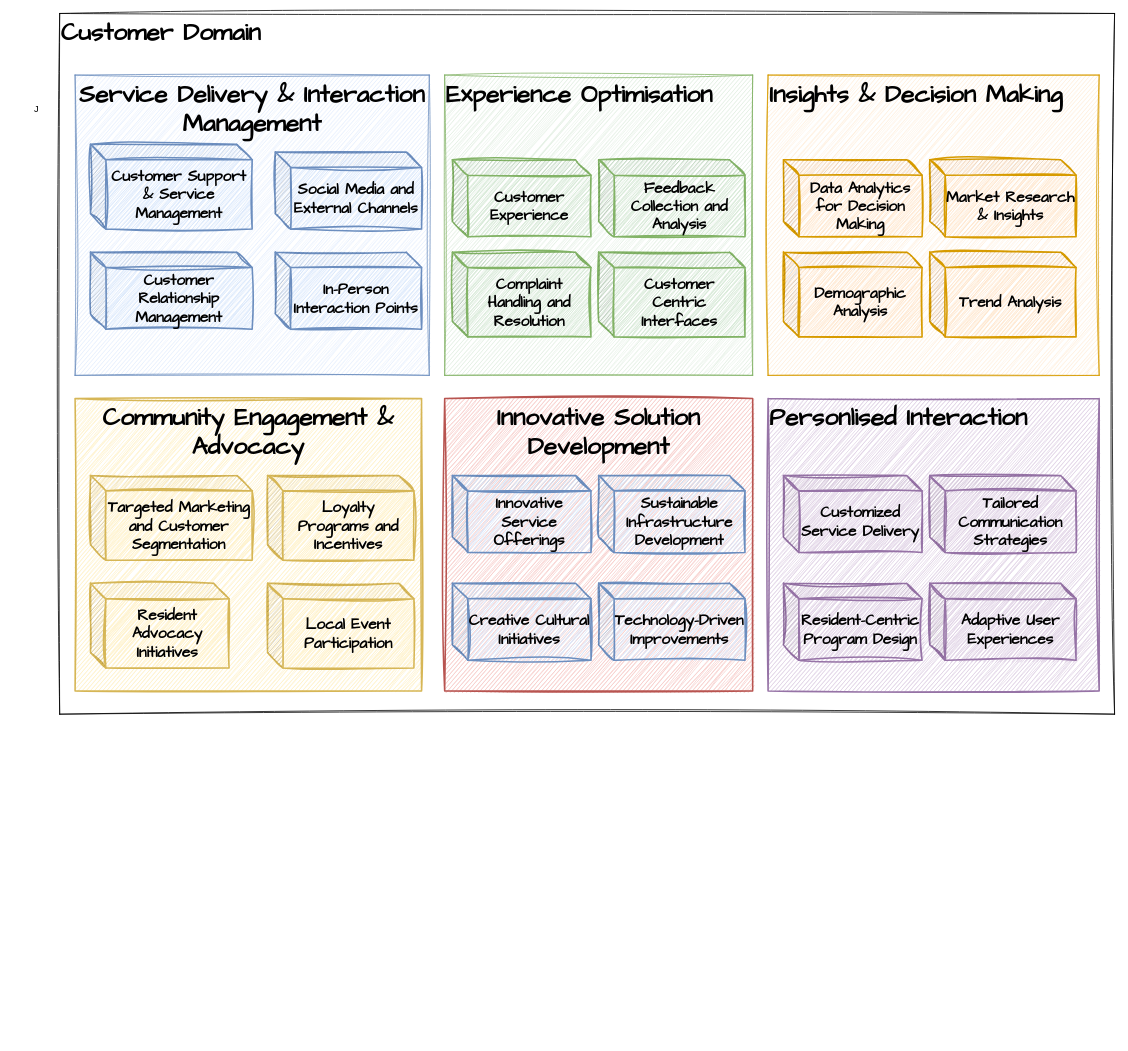
Earlier version of the draw.io diagram page "Page-10" (10 of 15) of Untitled Diagram.drawio (onlinepractice/digitalbanking). Source tidied: cells renumbered, new cells numbered last; positions are measured from the earlier drawing's top-left corner, leaving out a move shared by most shapes. Both pictures are drawn from the tidied source at 77%, with x=0, y=0 at pixel (13, 13).
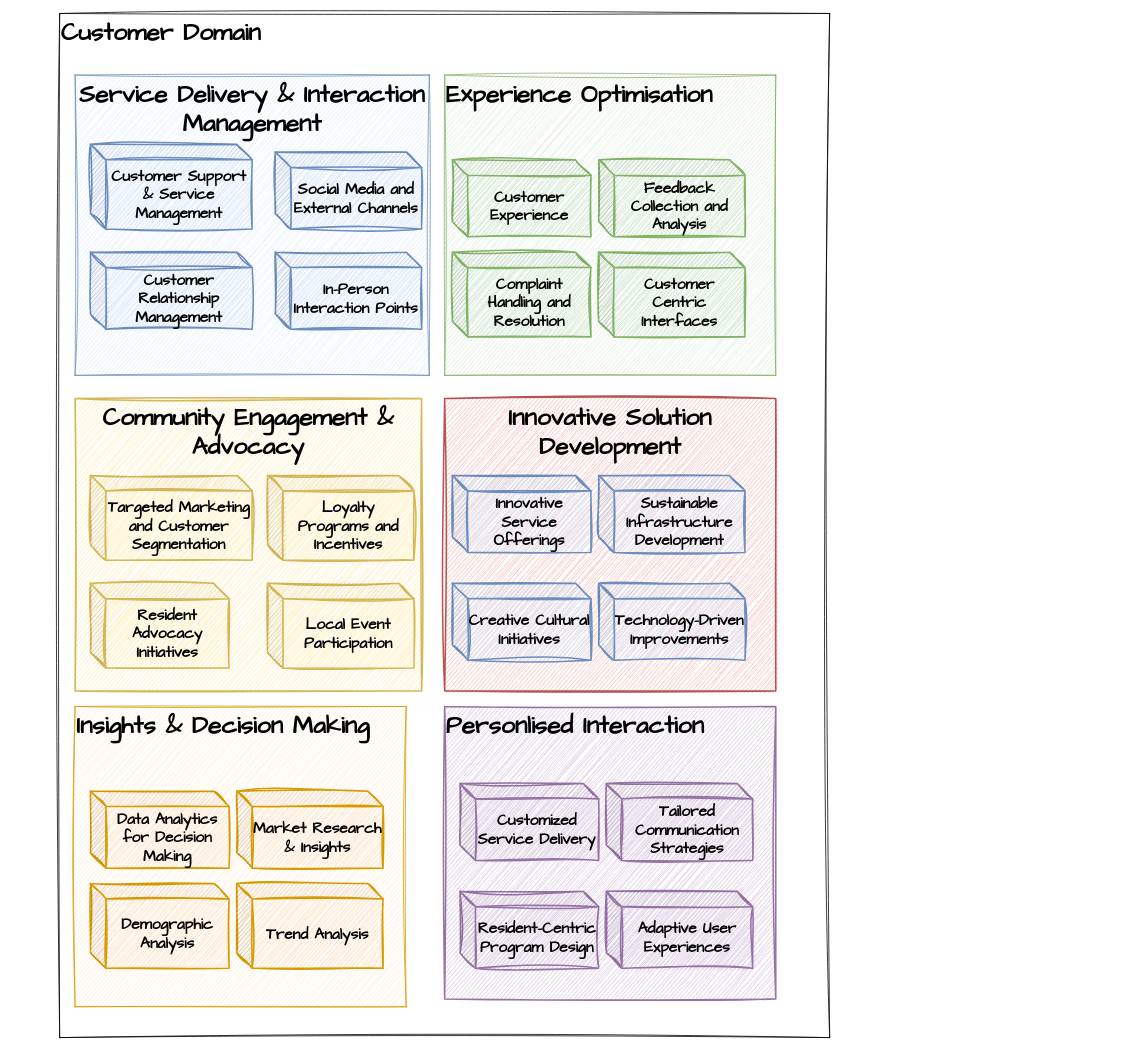
The same diagram, later.

Diff of the diagram source:
```diff
@@
     <mxCell id="2" value="Customer Domain" style="rounded=0;whiteSpace=wrap;html=1;sketch=1;hachureGap=4;jiggle=2;curveFitting=1;fontFamily=Architects Daughter;fontSize=32;align=left;verticalAlign=top;fontStyle=1;" parent="1" vertex="1">
-      <mxGeometry x="60" width="1370" height="910" as="geometry" />
+      <mxGeometry x="60" width="1000" height="1330" as="geometry" />
     </mxCell>
@@
     <mxCell id="4" value="Experience Optimisation" style="rounded=0;whiteSpace=wrap;html=1;sketch=1;hachureGap=4;jiggle=2;curveFitting=1;fontFamily=Architects Daughter;fontSize=32;align=left;verticalAlign=top;fontStyle=1;fillColor=#d5e8d4;strokeColor=#82b366;" parent="1" vertex="1">
-      <mxGeometry x="560" y="80" width="400" height="390" as="geometry" />
+      <mxGeometry x="560" y="80" width="430" height="390" as="geometry" />
     </mxCell>
     <mxCell id="5" value="Insights &amp;amp; Decision Making" style="rounded=0;whiteSpace=wrap;html=1;sketch=1;hachureGap=4;jiggle=2;curveFitting=1;fontFamily=Architects Daughter;fontSize=32;align=left;verticalAlign=top;fontStyle=1;fillColor=#ffe6cc;strokeColor=#d79b00;" parent="1" vertex="1">
-      <mxGeometry x="980" y="80" width="430" height="390" as="geometry" />
+      <mxGeometry x="80" y="900" width="430" height="390" as="geometry" />
     </mxCell>
@@
     <mxCell id="7" value="Innovative Solution Development" style="rounded=0;whiteSpace=wrap;html=1;sketch=1;hachureGap=4;jiggle=2;curveFitting=1;fontFamily=Architects Daughter;fontSize=32;align=center;verticalAlign=top;fontStyle=1;fillColor=#f8cecc;strokeColor=#b85450;strokeWidth=2;" parent="1" vertex="1">
-      <mxGeometry x="560" y="500" width="400" height="380" as="geometry" />
+      <mxGeometry x="560" y="500" width="430" height="380" as="geometry" />
     </mxCell>
     <mxCell id="8" value="Personlised Interaction" style="rounded=0;whiteSpace=wrap;html=1;sketch=1;hachureGap=4;jiggle=2;curveFitting=1;fontFamily=Architects Daughter;fontSize=32;align=left;verticalAlign=top;fontStyle=1;fillColor=#e1d5e7;strokeColor=#9673a6;strokeWidth=2;" parent="1" vertex="1">
-      <mxGeometry x="980" y="500" width="430" height="380" as="geometry" />
+      <mxGeometry x="560" y="900" width="430" height="380" as="geometry" />
     </mxCell>
@@
     <mxCell id="17" value="Data Analytics for Decision Making" style="shape=cube;whiteSpace=wrap;html=1;boundedLbl=1;backgroundOutline=1;darkOpacity=0.05;darkOpacity2=0.1;fontSize=20;fontFamily=Architects Daughter;fillColor=#ffe6cc;strokeColor=#d79b00;rounded=0;sketch=1;hachureGap=4;jiggle=2;curveFitting=1;fontStyle=1;strokeWidth=2;shadow=0;perimeterSpacing=0;size=20;" parent="1" vertex="1">
-      <mxGeometry x="1000" y="190" width="180" height="100" as="geometry" />
+      <mxGeometry x="100" y="1010" width="180" height="100" as="geometry" />
     </mxCell>
     <mxCell id="18" value="Market Research &amp;amp; Insights" style="shape=cube;whiteSpace=wrap;html=1;boundedLbl=1;backgroundOutline=1;darkOpacity=0.05;darkOpacity2=0.1;fontSize=20;fontFamily=Architects Daughter;fillColor=#ffe6cc;strokeColor=#d79b00;rounded=0;sketch=1;hachureGap=4;jiggle=2;curveFitting=1;fontStyle=1;strokeWidth=2;shadow=0;perimeterSpacing=0;size=20;" parent="1" vertex="1">
-      <mxGeometry x="1190" y="190" width="190" height="100" as="geometry" />
+      <mxGeometry x="290" y="1010" width="190" height="100" as="geometry" />
     </mxCell>
     <mxCell id="19" value="Demographic Analysis" style="shape=cube;whiteSpace=wrap;html=1;boundedLbl=1;backgroundOutline=1;darkOpacity=0.05;darkOpacity2=0.1;fontSize=20;fontFamily=Architects Daughter;fillColor=#ffe6cc;strokeColor=#d79b00;rounded=0;sketch=1;hachureGap=4;jiggle=2;curveFitting=1;fontStyle=1;strokeWidth=2;shadow=0;perimeterSpacing=0;size=20;" parent="1" vertex="1">
-      <mxGeometry x="1000" y="310" width="180" height="110" as="geometry" />
+      <mxGeometry x="100" y="1130" width="180" height="110" as="geometry" />
     </mxCell>
     <mxCell id="20" value="Trend Analysis" style="shape=cube;whiteSpace=wrap;html=1;boundedLbl=1;backgroundOutline=1;darkOpacity=0.05;darkOpacity2=0.1;fontSize=20;fontFamily=Architects Daughter;fillColor=#ffe6cc;strokeColor=#d79b00;rounded=0;sketch=1;hachureGap=4;jiggle=2;curveFitting=1;fontStyle=1;strokeWidth=2;shadow=0;perimeterSpacing=0;size=20;" parent="1" vertex="1">
-      <mxGeometry x="1190" y="310" width="190" height="110" as="geometry" />
+      <mxGeometry x="290" y="1130" width="190" height="110" as="geometry" />
     </mxCell>
@@
     <mxCell id="29" value="Customized Service Delivery" style="shape=cube;whiteSpace=wrap;html=1;boundedLbl=1;backgroundOutline=1;darkOpacity=0.05;darkOpacity2=0.1;fontSize=20;fontFamily=Architects Daughter;fillColor=#e1d5e7;strokeColor=#9673a6;rounded=0;sketch=1;hachureGap=4;jiggle=2;curveFitting=1;fontStyle=1;strokeWidth=2;shadow=0;perimeterSpacing=0;size=20;" parent="1" vertex="1">
-      <mxGeometry x="1000" y="600" width="180" height="100" as="geometry" />
+      <mxGeometry x="580" y="1000" width="180" height="100" as="geometry" />
     </mxCell>
     <mxCell id="30" value="Tailored Communication Strategies" style="shape=cube;whiteSpace=wrap;html=1;boundedLbl=1;backgroundOutline=1;darkOpacity=0.05;darkOpacity2=0.1;fontSize=20;fontFamily=Architects Daughter;fillColor=#e1d5e7;strokeColor=#9673a6;rounded=0;sketch=1;hachureGap=4;jiggle=2;curveFitting=1;fontStyle=1;strokeWidth=2;shadow=0;perimeterSpacing=0;size=20;" parent="1" vertex="1">
-      <mxGeometry x="1190" y="600" width="190" height="100" as="geometry" />
+      <mxGeometry x="770" y="1000" width="190" height="100" as="geometry" />
     </mxCell>
     <mxCell id="31" value="Resident-Centric Program Design" style="shape=cube;whiteSpace=wrap;html=1;boundedLbl=1;backgroundOutline=1;darkOpacity=0.05;darkOpacity2=0.1;fontSize=20;fontFamily=Architects Daughter;fillColor=#e1d5e7;strokeColor=#9673a6;rounded=0;sketch=1;hachureGap=4;jiggle=2;curveFitting=1;fontStyle=1;strokeWidth=2;shadow=0;perimeterSpacing=0;size=20;" parent="1" vertex="1">
-      <mxGeometry x="1000" y="740" width="180" height="100" as="geometry" />
+      <mxGeometry x="580" y="1140" width="180" height="100" as="geometry" />
     </mxCell>
     <mxCell id="32" value="Adaptive User Experiences" style="shape=cube;whiteSpace=wrap;html=1;boundedLbl=1;backgroundOutline=1;darkOpacity=0.05;darkOpacity2=0.1;fontSize=20;fontFamily=Architects Daughter;fillColor=#e1d5e7;strokeColor=#9673a6;rounded=0;sketch=1;hachureGap=4;jiggle=2;curveFitting=1;fontStyle=1;strokeWidth=2;shadow=0;perimeterSpacing=0;size=20;" parent="1" vertex="1">
-      <mxGeometry x="1190" y="740" width="190" height="100" as="geometry" />
+      <mxGeometry x="770" y="1140" width="190" height="100" as="geometry" />
     </mxCell>
-    <mxCell id="33" value="J" style="text;strokeColor=none;align=center;fillColor=none;html=1;verticalAlign=middle;whiteSpace=wrap;rounded=0;" parent="1" vertex="1">
-      <mxGeometry y="110" width="60" height="30" as="geometry" />
-    </mxCell>
```
